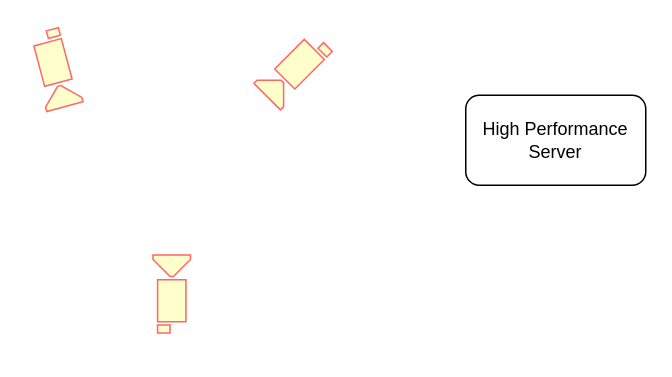
Above: MC_RA.drawio in mahendra49/draw-io (draw.io), before the change. Source tidied: cells renumbered, new cells numbered last; positions are measured from the earlier drawing's top-left corner, leaving out a move shared by most shapes. Both pictures are drawn from the tidied source at 150%, with x=0, y=0 at pixel (15, 50). Pictures stored in the file or linked from it are replaced by grey dashed boxes.
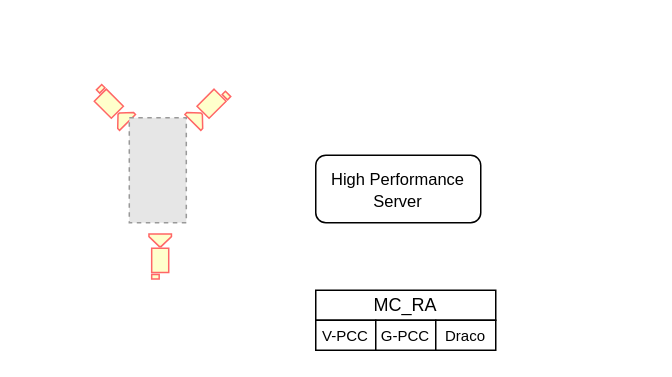
After the change.

Change to the diagram source:
```diff
@@
 <mxGraphModel>
   <root>
     <mxCell id="0" />
     <mxCell id="1" parent="0" />
-    <mxCell id="2" value="High Performance&lt;br&gt;Server" style="rounded=1;whiteSpace=wrap;html=1;" parent="1" vertex="1">
-      <mxGeometry x="300" y="30" width="120" height="60" as="geometry" />
+    <mxCell id="2" value="&lt;font style=&quot;font-size: 11px;&quot;&gt;High Performance&lt;br&gt;Server&lt;/font&gt;" style="rounded=1;whiteSpace=wrap;html=1;" parent="1" vertex="1">
+      <mxGeometry x="200" y="70" width="110" height="45" as="geometry" />
     </mxCell>
     <mxCell id="3" style="sketch=0;shadow=0;dashed=0;html=1;strokeColor=#FF6666;fillColor=#FFFFCC;labelPosition=center;verticalLabelPosition=bottom;verticalAlign=top;align=center;shape=mxgraph.office.devices.video_camera;fontColor=#333333;fillStyle=solid;rotation=-225;" parent="1" vertex="1">
-      <mxGeometry x="160" width="52" height="25" as="geometry" />
+      <mxGeometry x="113.7" y="30" width="30" height="15" as="geometry" />
     </mxCell>
-    <mxCell id="4" style="sketch=0;shadow=0;dashed=0;html=1;strokeColor=#FF6666;fillColor=#FFFFCC;labelPosition=center;verticalLabelPosition=bottom;verticalAlign=top;align=center;shape=mxgraph.office.devices.video_camera;fontColor=#333333;fillStyle=solid;rotation=75;" parent="1" vertex="1">
-      <mxGeometry width="52" height="25" as="geometry" />
+    <mxCell id="4" style="sketch=0;shadow=0;dashed=0;html=1;strokeColor=#FF6666;fillColor=#FFFFCC;labelPosition=center;verticalLabelPosition=bottom;verticalAlign=top;align=center;shape=mxgraph.office.devices.video_camera;fontColor=#333333;fillStyle=solid;rotation=45;" parent="1" vertex="1">
+      <mxGeometry x="48.9" y="30" width="30" height="15" as="geometry" />
     </mxCell>
     <mxCell id="5" style="sketch=0;shadow=0;dashed=0;html=1;strokeColor=#FF6666;fillColor=#FFFFCC;labelPosition=center;verticalLabelPosition=bottom;verticalAlign=top;align=center;shape=mxgraph.office.devices.video_camera;fontColor=#333333;fillStyle=solid;rotation=-90;" parent="1" vertex="1">
-      <mxGeometry x="78" y="150" width="52" height="25" as="geometry" />
+      <mxGeometry x="81.3" y="130" width="30" height="15" as="geometry" />
     </mxCell>
+    <mxCell id="6" style="fillColor=#E6E6E6;strokeColor=#999999;dashed=1;verticalLabelPosition=bottom;labelBackgroundColor=default;verticalAlign=top;" parent="1" vertex="1">
+      <mxGeometry x="75.7" y="45" width="38" height="70" as="geometry" />
+    </mxCell>
+    <mxCell id="7" style="group;" parent="1" vertex="1">
+      <mxGeometry x="200" y="160" width="120" height="40" as="geometry" />
+    </mxCell>
+    <mxCell id="8" value="MC_RA" style="rounded=0;whiteSpace=wrap;html=1;" parent="7" vertex="1">
+      <mxGeometry width="120" height="20" as="geometry" />
+    </mxCell>
+    <mxCell id="9" value="V-PCC" style="rounded=0;whiteSpace=wrap;html=1;fontSize=10;" parent="7" vertex="1">
+      <mxGeometry y="20" width="40" height="20" as="geometry" />
+    </mxCell>
+    <mxCell id="10" value="G-PCC" style="rounded=0;whiteSpace=wrap;html=1;fontSize=10;" parent="7" vertex="1">
+      <mxGeometry x="40" y="20" width="40" height="20" as="geometry" />
+    </mxCell>
+    <mxCell id="11" value="Draco" style="rounded=0;whiteSpace=wrap;html=1;fontSize=10;" parent="7" vertex="1">
+      <mxGeometry x="80" y="20" width="40" height="20" as="geometry" />
+    </mxCell>
   </root>
 </mxGraphModel>
```
